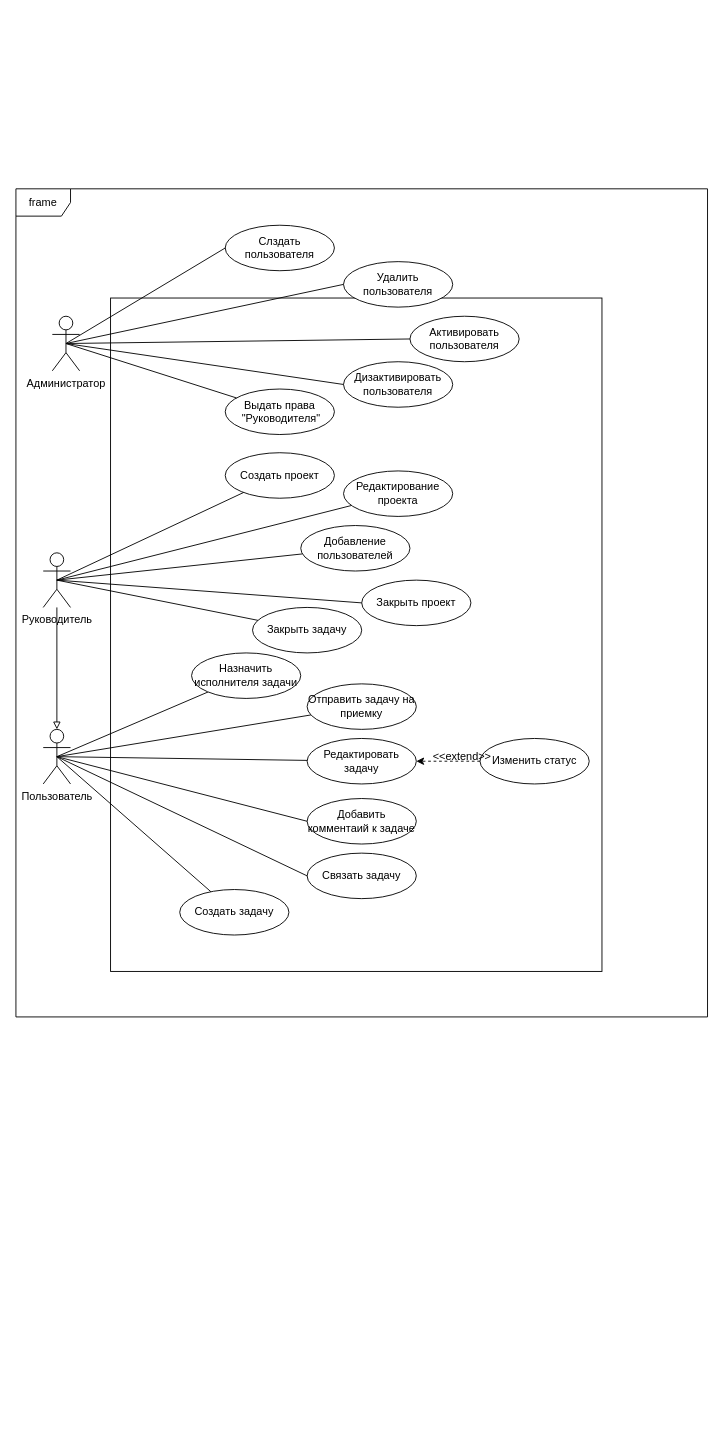
Above: docs/diagrams/useCase/base.drawio in chenko16/task-managment (draw.io), before the change. Source tidied: cells renumbered, new cells numbered last; positions are measured from the earlier drawing's top-left corner, leaving out a move shared by most shapes. Both pictures are drawn from the tidied source at 91%, with x=0, y=0 at pixel (15, 188).
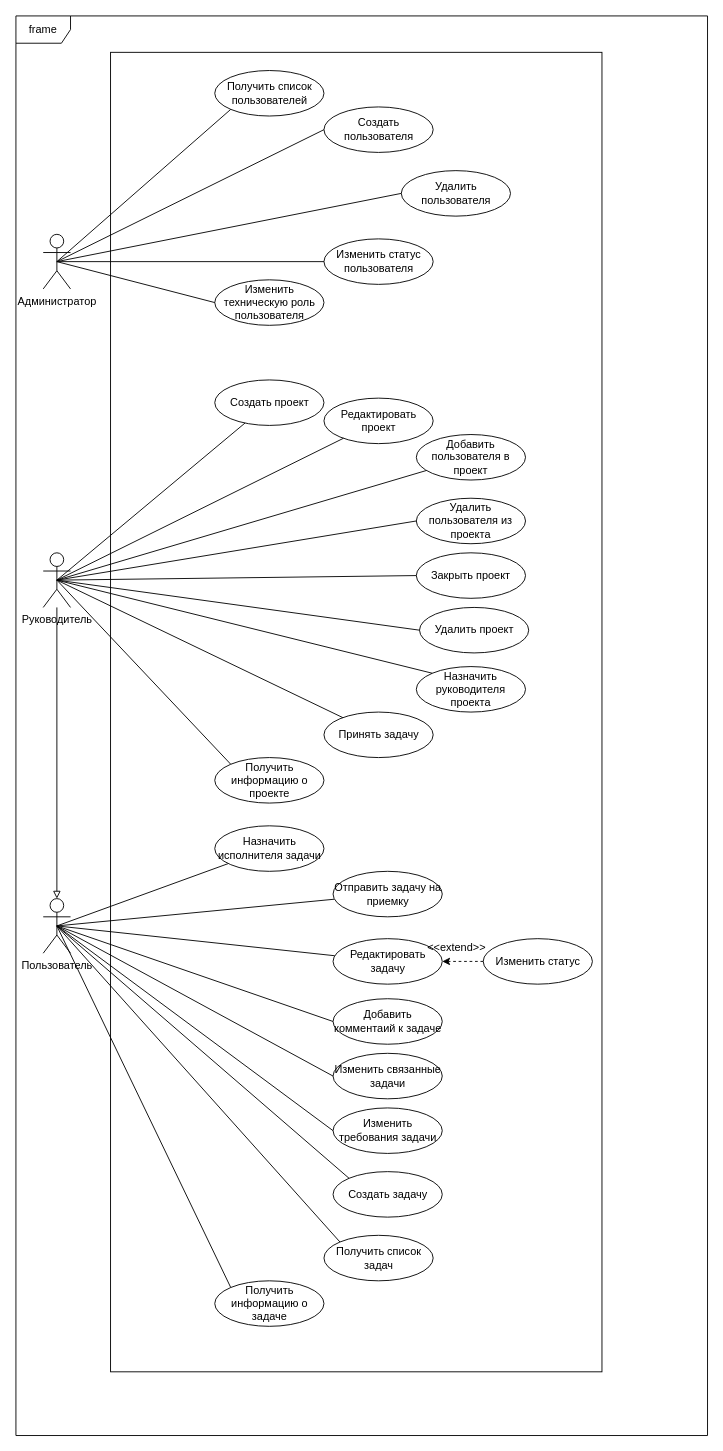
Above is the later version.

Commit message (it also covers changes not shown here):
Правки после л/р

Unchanged cells that the change refers to:
```xml
<mxCell id="4" value="Руководитель" style="shape=umlActor;verticalLabelPosition=bottom;labelBackgroundColor=#ffffff;verticalAlign=top;html=1;outlineConnect=0;" parent="1" vertex="1">
  <mxGeometry x="30" y="400" width="30" height="60" as="geometry" />
</mxCell>
```

Change to the diagram source:
```diff
@@
     <mxCell id="2" value="frame" style="shape=umlFrame;whiteSpace=wrap;html=1;" parent="1" vertex="1">
-      <mxGeometry width="760" height="910" as="geometry" />
+      <mxGeometry y="-190" width="760" height="1560" as="geometry" />
     </mxCell>
     <mxCell id="3" style="rounded=0;whiteSpace=wrap;html=1;" parent="1" vertex="1">
-      <mxGeometry x="104" y="120" width="540" height="740" as="geometry" />
+      <mxGeometry x="104" y="-150" width="540" height="1450" as="geometry" />
     </mxCell>
@@
     <mxCell id="5" value="Администратор" style="shape=umlActor;verticalLabelPosition=bottom;labelBackgroundColor=#ffffff;verticalAlign=top;html=1;outlineConnect=0;" parent="1" vertex="1">
-      <mxGeometry x="40" y="140" width="30" height="60" as="geometry" />
+      <mxGeometry x="30" y="50" width="30" height="60" as="geometry" />
     </mxCell>
@@
     <mxCell id="8" value="Пользователь&lt;br&gt;" style="shape=umlActor;verticalLabelPosition=bottom;labelBackgroundColor=#ffffff;verticalAlign=top;html=1;outlineConnect=0;" parent="1" vertex="1">
-      <mxGeometry x="30" y="594" width="30" height="60" as="geometry" />
+      <mxGeometry x="30" y="780" width="30" height="60" as="geometry" />
     </mxCell>
-    <mxCell id="9" value="Выдать права&lt;br&gt;&amp;nbsp;&quot;Руководителя&quot;" style="ellipse;whiteSpace=wrap;html=1;" parent="1" vertex="1">
-      <mxGeometry x="230" y="220" width="120" height="50" as="geometry" />
-    </mxCell>
@@
-    <mxCell id="11" style="rounded=0;jettySize=auto;html=1;exitX=0.5;exitY=0.5;exitDx=0;exitDy=0;exitPerimeter=0;endArrow=none;endFill=0;" parent="1" edge="1" source="5" target="9">
-      <mxGeometry relative="1" as="geometry" />
-    </mxCell>
     <mxCell id="12" value="Создать проект" style="ellipse;whiteSpace=wrap;html=1;" parent="1" vertex="1">
-      <mxGeometry x="230" y="290" width="120" height="50" as="geometry" />
+      <mxGeometry x="218.5" y="210" width="120" height="50" as="geometry" />
     </mxCell>
@@
-    <mxCell id="14" value="Редактирование проекта" style="ellipse;whiteSpace=wrap;html=1;" parent="1" vertex="1">
-      <mxGeometry x="360" y="310" width="120" height="50" as="geometry" />
+    <mxCell id="14" value="Редактировать проект" style="ellipse;whiteSpace=wrap;html=1;" parent="1" vertex="1">
+      <mxGeometry x="338.5" y="230" width="120" height="50" as="geometry" />
     </mxCell>
@@
-    <mxCell id="16" value="Добавление пользователей" style="ellipse;whiteSpace=wrap;html=1;" parent="1" vertex="1">
-      <mxGeometry x="313" y="370" width="120" height="50" as="geometry" />
+    <mxCell id="16" value="Добавить пользователя в проект" style="ellipse;whiteSpace=wrap;html=1;" parent="1" vertex="1">
+      <mxGeometry x="440" y="270" width="120" height="50" as="geometry" />
     </mxCell>
@@
-    <mxCell id="18" value="Создать задачу" style="ellipse;whiteSpace=wrap;html=1;" parent="1" vertex="1">
-      <mxGeometry x="180" y="770" width="120" height="50" as="geometry" />
+    <mxCell id="18" value="Изменить требования задачи" style="ellipse;whiteSpace=wrap;html=1;" parent="1" vertex="1">
+      <mxGeometry x="348.5" y="1010" width="120" height="50" as="geometry" />
     </mxCell>
-    <mxCell id="19" value="Закрыть задачу" style="ellipse;whiteSpace=wrap;html=1;" parent="1" vertex="1">
-      <mxGeometry x="260" y="460" width="120" height="50" as="geometry" />
+    <mxCell id="19" value="Принять задачу" style="ellipse;whiteSpace=wrap;html=1;" parent="1" vertex="1">
+      <mxGeometry x="338.5" y="575" width="120" height="50" as="geometry" />
     </mxCell>
@@
-    <mxCell id="21" style="edgeStyle=none;rounded=0;jettySize=auto;html=1;exitX=0.5;exitY=0.5;exitDx=0;exitDy=0;exitPerimeter=0;endArrow=none;endFill=0;" parent="1" edge="1" source="8" target="18">
+    <mxCell id="21" style="edgeStyle=none;rounded=0;jettySize=auto;html=1;exitX=0.5;exitY=0.5;exitDx=0;exitDy=0;exitPerimeter=0;endArrow=none;endFill=0;entryX=0;entryY=0.5;entryDx=0;entryDy=0;" parent="1" edge="1" source="8" target="18">
       <mxGeometry relative="1" as="geometry" />
     </mxCell>
     <mxCell id="22" value="Редактировать задачу" style="ellipse;whiteSpace=wrap;html=1;" parent="1" vertex="1">
-      <mxGeometry x="320" y="604" width="120" height="50" as="geometry" />
+      <mxGeometry x="348.5" y="824" width="120" height="50" as="geometry" />
     </mxCell>
     <mxCell id="23" value="Изменить статус" style="ellipse;whiteSpace=wrap;html=1;" parent="1" vertex="1">
-      <mxGeometry x="510" y="604" width="120" height="50" as="geometry" />
+      <mxGeometry x="513.5" y="824" width="120" height="50" as="geometry" />
     </mxCell>
@@
     <mxCell id="25" value="&amp;lt;&amp;lt;extend&amp;gt;&amp;gt;" style="text;html=1;align=center;verticalAlign=middle;" parent="1" vertex="1">
-      <mxGeometry x="450" y="614" width="80" height="20" as="geometry" />
+      <mxGeometry x="443.5" y="824" width="80" height="20" as="geometry" />
     </mxCell>
     <mxCell id="26" value="Отправить задачу на приемку" style="ellipse;whiteSpace=wrap;html=1;" parent="1" vertex="1">
-      <mxGeometry x="320" y="544" width="120" height="50" as="geometry" />
+      <mxGeometry x="348.5" y="750" width="120" height="50" as="geometry" />
     </mxCell>
@@
     <mxCell id="28" value="Назначить исполнителя задачи" style="ellipse;whiteSpace=wrap;html=1;" parent="1" vertex="1">
-      <mxGeometry x="193" y="510" width="120" height="50" as="geometry" />
+      <mxGeometry x="218.5" y="700" width="120" height="50" as="geometry" />
     </mxCell>
-    <mxCell id="29" value="Слздать пользователя" style="ellipse;whiteSpace=wrap;html=1;" parent="1" vertex="1">
-      <mxGeometry x="230" y="40" width="120" height="50" as="geometry" />
+    <mxCell id="29" value="Создать пользователя" style="ellipse;whiteSpace=wrap;html=1;" parent="1" vertex="1">
+      <mxGeometry x="338.5" y="-90" width="120" height="50" as="geometry" />
     </mxCell>
     <mxCell id="30" value="Удалить пользователя" style="ellipse;whiteSpace=wrap;html=1;" parent="1" vertex="1">
-      <mxGeometry x="360" y="80" width="120" height="50" as="geometry" />
+      <mxGeometry x="423.5" y="-20" width="120" height="50" as="geometry" />
     </mxCell>
-    <mxCell id="31" value="Активировать пользователя" style="ellipse;whiteSpace=wrap;html=1;" parent="1" vertex="1">
-      <mxGeometry x="433" y="140" width="120" height="50" as="geometry" />
+    <mxCell id="31" value="Изменить статус пользователя" style="ellipse;whiteSpace=wrap;html=1;" parent="1" vertex="1">
+      <mxGeometry x="338.5" y="55" width="120" height="50" as="geometry" />
     </mxCell>
-    <mxCell id="32" value="Дизактивировать пользователя" style="ellipse;whiteSpace=wrap;html=1;" parent="1" vertex="1">
-      <mxGeometry x="360" y="190" width="120" height="50" as="geometry" />
+    <mxCell id="32" value="Изменить техническую роль пользователя" style="ellipse;whiteSpace=wrap;html=1;" parent="1" vertex="1">
+      <mxGeometry x="218.5" y="100" width="120" height="50" as="geometry" />
     </mxCell>
@@
     <mxCell id="37" value="Добавить комментаий к задаче" style="ellipse;whiteSpace=wrap;html=1;" parent="1" vertex="1">
-      <mxGeometry x="320" y="670" width="120" height="50" as="geometry" />
+      <mxGeometry x="348.5" y="890" width="120" height="50" as="geometry" />
     </mxCell>
@@
     <mxCell id="39" value="Закрыть проект" style="ellipse;whiteSpace=wrap;html=1;" parent="1" vertex="1">
-      <mxGeometry x="380" y="430" width="120" height="50" as="geometry" />
+      <mxGeometry x="440" y="400" width="120" height="50" as="geometry" />
     </mxCell>
@@
-    <mxCell id="41" value="Связать задачу" style="ellipse;whiteSpace=wrap;html=1;" parent="1" vertex="1">
-      <mxGeometry x="320" y="730" width="120" height="50" as="geometry" />
+    <mxCell id="41" value="Изменить связанные задачи" style="ellipse;whiteSpace=wrap;html=1;" parent="1" vertex="1">
+      <mxGeometry x="348.5" y="950" width="120" height="50" as="geometry" />
     </mxCell>
@@
+    <mxCell id="43" value="Удалить проект" style="ellipse;whiteSpace=wrap;html=1;" parent="1" vertex="1">
+      <mxGeometry x="443.5" y="460" width="120" height="50" as="geometry" />
+    </mxCell>
+    <mxCell id="44" style="edgeStyle=none;rounded=0;jettySize=auto;html=1;exitX=0.5;exitY=0.5;exitDx=0;exitDy=0;exitPerimeter=0;endArrow=none;endFill=0;entryX=0;entryY=0.5;entryDx=0;entryDy=0;" parent="1" edge="1" source="4" target="43">
+      <mxGeometry relative="1" as="geometry" />
+    </mxCell>
+    <mxCell id="45" value="Удалить пользователя из проекта" style="ellipse;whiteSpace=wrap;html=1;" parent="1" vertex="1">
+      <mxGeometry x="440" y="340" width="120" height="50" as="geometry" />
+    </mxCell>
+    <mxCell id="46" style="edgeStyle=none;rounded=0;jettySize=auto;html=1;exitX=0.5;exitY=0.5;exitDx=0;exitDy=0;exitPerimeter=0;endArrow=none;endFill=0;entryX=0;entryY=0.5;entryDx=0;entryDy=0;" parent="1" edge="1" source="4" target="45">
+      <mxGeometry relative="1" as="geometry" />
+    </mxCell>
+    <mxCell id="47" value="Назначить руководителя проекта" style="ellipse;whiteSpace=wrap;html=1;" parent="1" vertex="1">
+      <mxGeometry x="440" y="525" width="120" height="50" as="geometry" />
+    </mxCell>
+    <mxCell id="48" style="edgeStyle=none;rounded=0;jettySize=auto;html=1;exitX=0.5;exitY=0.5;exitDx=0;exitDy=0;exitPerimeter=0;endArrow=none;endFill=0;entryX=0;entryY=0;entryDx=0;entryDy=0;" parent="1" edge="1" source="4" target="47">
+      <mxGeometry relative="1" as="geometry" />
+    </mxCell>
+    <mxCell id="49" value="Получить список пользователей" style="ellipse;whiteSpace=wrap;html=1;" parent="1" vertex="1">
+      <mxGeometry x="218.5" y="-130" width="120" height="50" as="geometry" />
+    </mxCell>
+    <mxCell id="50" style="rounded=0;jettySize=auto;html=1;exitX=0.5;exitY=0.5;exitDx=0;exitDy=0;exitPerimeter=0;endArrow=none;endFill=0;entryX=0;entryY=1;entryDx=0;entryDy=0;" parent="1" edge="1" source="5" target="49">
+      <mxGeometry relative="1" as="geometry" />
+    </mxCell>
+    <mxCell id="51" value="Получить информацию о проекте" style="ellipse;whiteSpace=wrap;html=1;" parent="1" vertex="1">
+      <mxGeometry x="218.5" y="625" width="120" height="50" as="geometry" />
+    </mxCell>
+    <mxCell id="52" style="edgeStyle=none;rounded=0;jettySize=auto;html=1;exitX=0.5;exitY=0.5;exitDx=0;exitDy=0;exitPerimeter=0;endArrow=none;endFill=0;entryX=0;entryY=0;entryDx=0;entryDy=0;" parent="1" edge="1" source="4" target="51">
+      <mxGeometry relative="1" as="geometry" />
+    </mxCell>
+    <mxCell id="53" value="Создать задачу" style="ellipse;whiteSpace=wrap;html=1;" parent="1" vertex="1">
+      <mxGeometry x="348.5" y="1080" width="120" height="50" as="geometry" />
+    </mxCell>
+    <mxCell id="54" style="edgeStyle=none;rounded=0;jettySize=auto;html=1;exitX=0.5;exitY=0.5;exitDx=0;exitDy=0;exitPerimeter=0;endArrow=none;endFill=0;entryX=0;entryY=0;entryDx=0;entryDy=0;" parent="1" edge="1" source="8" target="53">
+      <mxGeometry relative="1" as="geometry" />
+    </mxCell>
+    <mxCell id="55" value="Получить список задач" style="ellipse;whiteSpace=wrap;html=1;" parent="1" vertex="1">
+      <mxGeometry x="338.5" y="1150" width="120" height="50" as="geometry" />
+    </mxCell>
+    <mxCell id="56" value="Получить информацию о задаче" style="ellipse;whiteSpace=wrap;html=1;" parent="1" vertex="1">
+      <mxGeometry x="218.5" y="1200" width="120" height="50" as="geometry" />
+    </mxCell>
+    <mxCell id="57" style="edgeStyle=none;rounded=0;jettySize=auto;html=1;exitX=0.5;exitY=0.5;exitDx=0;exitDy=0;exitPerimeter=0;endArrow=none;endFill=0;entryX=0;entryY=0;entryDx=0;entryDy=0;" parent="1" edge="1" source="8" target="55">
+      <mxGeometry relative="1" as="geometry" />
+    </mxCell>
+    <mxCell id="58" style="edgeStyle=none;rounded=0;jettySize=auto;html=1;exitX=0.5;exitY=0.5;exitDx=0;exitDy=0;exitPerimeter=0;endArrow=none;endFill=0;entryX=0;entryY=0;entryDx=0;entryDy=0;" parent="1" edge="1" source="8" target="56">
+      <mxGeometry relative="1" as="geometry" />
+    </mxCell>
```
